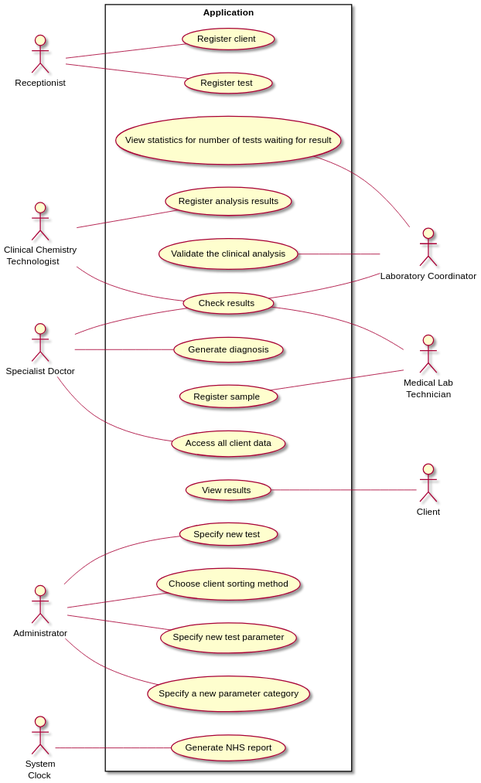
This is docs/SprintC/UCD.svg from MadDinosaur/ISEP-LAPR2, a PlantUML export, as it was before one commit. The source it was exported from:
```plantuml
@startuml

left to right direction
skinparam packageStyle rectangle
:Receptionist:
:Medical Lab\n Technician: as MLT
:Clinical Chemistry\n Technologist: as CCT
:Specialist Doctor: as Doctor
:Laboratory Coordinator: as LC
:Client:
:Administrator:
:System\n Clock: as Clock

package Application {
    (Register test) as UC1
    (Register client) as UC2
    (Register sample) as UC3
    (Register analysis results) as UC4
    (Generate diagnosis) as UC5
    (Choose client sorting method) as UC6
    (Validate the clinical analysis) as UC7
    (View results) as UC8
    (Check results) as UC9
    (View statistics for number of tests waiting for result) as UC10
    (Access all client data) as UC11
    (Generate NHS report) as UC12
    (Specify new test) as UC13
    (Specify new test parameter) as UC14
    (Specify a new parameter category) as UC15
}

Receptionist -- UC1
Receptionist -- UC2
UC3 -- MLT
CCT -- UC4
Doctor -- UC5
Administrator -- UC6
UC7 -- LC
UC8 -- Client
UC9 -- MLT
CCT -- UC9
UC9 -- LC
Doctor -- UC9
LC -- UC10
Doctor -- UC11
Clock -- UC12
Administrator -- UC13
Administrator -- UC14
Administrator -- UC15
@enduml
```
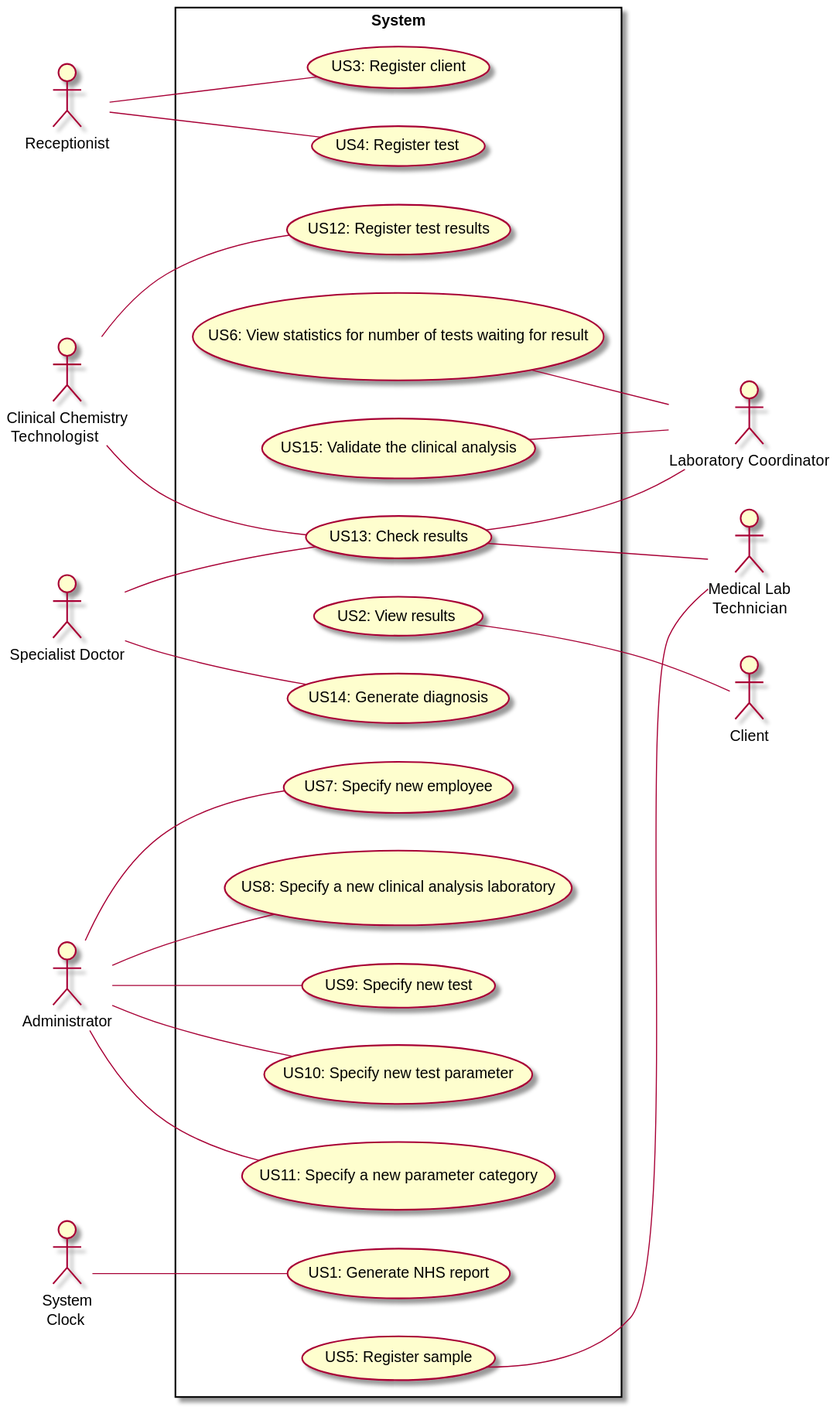
The same diagram one commit later.

The edit, as a diff of the source:
```diff
@@ -11,40 +11,40 @@
 :Administrator:
 :System\n Clock: as Clock
 
-package Application {
-    (Register test) as UC1
-    (Register client) as UC2
-    (Register sample) as UC3
-    (Register analysis results) as UC4
-    (Generate diagnosis) as UC5
-    (Choose client sorting method) as UC6
-    (Validate the clinical analysis) as UC7
-    (View results) as UC8
-    (Check results) as UC9
-    (View statistics for number of tests waiting for result) as UC10
-    (Access all client data) as UC11
-    (Generate NHS report) as UC12
-    (Specify new test) as UC13
-    (Specify new test parameter) as UC14
-    (Specify a new parameter category) as UC15
+package System {
+    (US4: Register test) as US4
+    (US3: Register client) as US3
+    (US12: Register test results) as US12
+    (US14: Generate diagnosis) as US14
+    (US1: Generate NHS report) as US1
+    (US15: Validate the clinical analysis) as US15
+    (US2: View results) as US2
+    (US13: Check results) as US13
+    (US7: Specify new employee) as US7
+    (US8: Specify a new clinical analysis laboratory) as US8
+    (US9: Specify new test) as US9
+    (US10: Specify new test parameter) as US10
+    (US11: Specify a new parameter category) as US11
+    (US5: Register sample) as US5
+    (US6: View statistics for number of tests waiting for result) as US6
 }
 
-Receptionist -- UC1
-Receptionist -- UC2
-UC3 -- MLT
-CCT -- UC4
-Doctor -- UC5
-Administrator -- UC6
-UC7 -- LC
-UC8 -- Client
-UC9 -- MLT
-CCT -- UC9
-UC9 -- LC
-Doctor -- UC9
-LC -- UC10
-Doctor -- UC11
-Clock -- UC12
-Administrator -- UC13
-Administrator -- UC14
-Administrator -- UC15
+Receptionist -- US4
+Receptionist -- US3
+CCT -- US12
+CCT -- US13
+Doctor -- US14
+Doctor -- US13
+US15 -- LC
+US13 -- LC
+US2 -- Client
+US5 -- MLT
+US13 -- MLT
+Administrator -- US7
+Administrator -- US8
+Administrator -- US9
+Administrator -- US10
+Administrator -- US11
+US6 -- LC
+Clock -- US1
 @enduml
```
